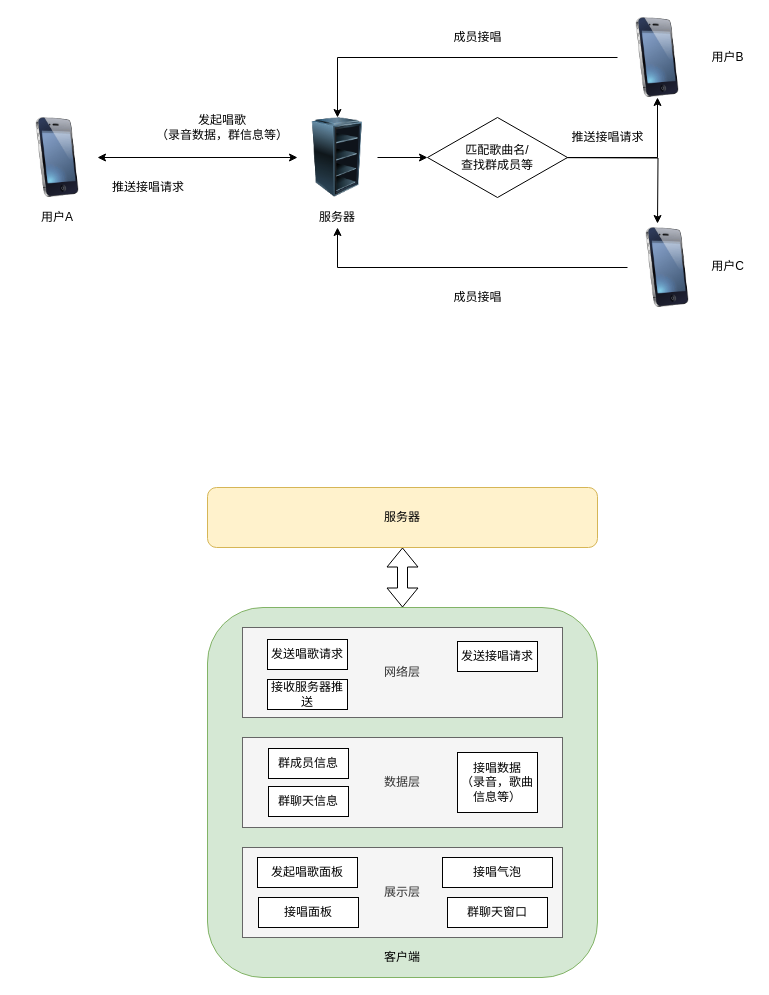
wind1096471134/Brainstorming keeps this draw.io diagram as page "Page-4" (4 of 4) of Untitled Diagram.drawio. Above is the earlier version. Source tidied: cells renumbered, new cells numbered last; positions are measured from the earlier drawing's top-left corner, leaving out a move shared by most shapes. Both pictures are drawn from the tidied source at 100%, with x=0, y=0 at pixel (17, 17).
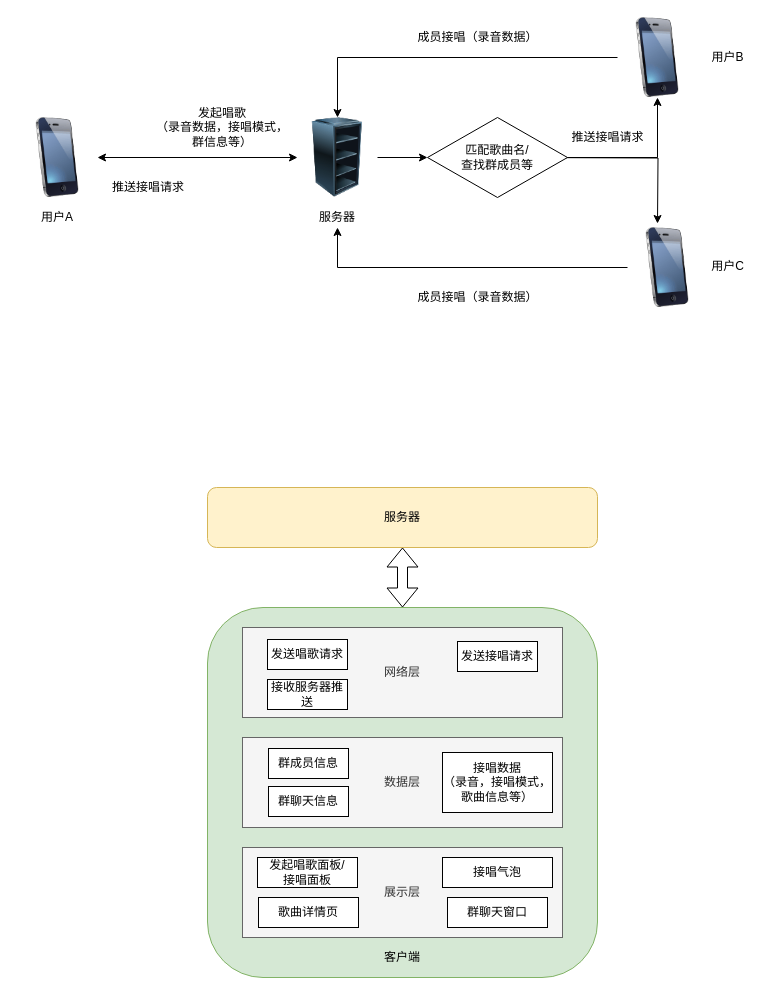
The same diagram, later.

Diff of the diagram source:
```diff
@@
-    <mxCell id="8" value="发起唱歌&lt;br&gt;（录音数据，群信息等）" style="text;html=1;strokeColor=none;fillColor=none;align=center;verticalAlign=middle;whiteSpace=wrap;rounded=0;" parent="1" vertex="1">
+    <mxCell id="8" value="发起唱歌&lt;br&gt;（录音数据，接唱模式，&lt;br&gt;群信息等）" style="text;html=1;strokeColor=none;fillColor=none;align=center;verticalAlign=middle;whiteSpace=wrap;rounded=0;" parent="1" vertex="1">
       <mxGeometry x="130" y="100" width="150" height="20" as="geometry" />
     </mxCell>
@@
-    <mxCell id="20" value="成员接唱" style="text;html=1;align=center;verticalAlign=middle;" parent="1" vertex="1">
-      <mxGeometry x="430" y="10" width="60" height="20" as="geometry" />
+    <mxCell id="20" value="成员接唱（录音数据）" style="text;html=1;align=center;verticalAlign=middle;" parent="1" vertex="1">
+      <mxGeometry x="390" y="10" width="140" height="20" as="geometry" />
     </mxCell>
-    <mxCell id="21" value="成员接唱" style="text;html=1;align=center;verticalAlign=middle;" parent="1" vertex="1">
-      <mxGeometry x="430" y="270" width="60" height="20" as="geometry" />
+    <mxCell id="21" value="成员接唱（录音数据）" style="text;html=1;align=center;verticalAlign=middle;" parent="1" vertex="1">
+      <mxGeometry x="390" y="270" width="140" height="20" as="geometry" />
     </mxCell>
@@
-    <mxCell id="32" value="发起唱歌面板" style="rounded=0;whiteSpace=wrap;html=1;" parent="1" vertex="1">
+    <mxCell id="32" value="发起唱歌面板/&lt;br&gt;接唱面板" style="rounded=0;whiteSpace=wrap;html=1;" parent="1" vertex="1">
       <mxGeometry x="240" y="840" width="100" height="30" as="geometry" />
     </mxCell>
@@
-    <mxCell id="34" value="接唱数据&lt;br&gt;（录音，歌曲信息等）" style="rounded=0;whiteSpace=wrap;html=1;" parent="1" vertex="1">
-      <mxGeometry x="440" y="735" width="80" height="60" as="geometry" />
+    <mxCell id="34" value="接唱数据&lt;br&gt;（录音，接唱模式，歌曲信息等）" style="rounded=0;whiteSpace=wrap;html=1;" parent="1" vertex="1">
+      <mxGeometry x="425" y="735" width="110" height="60" as="geometry" />
     </mxCell>
@@
-    <mxCell id="36" value="接唱面板" style="rounded=0;whiteSpace=wrap;html=1;" parent="1" vertex="1">
+    <mxCell id="36" value="歌曲详情页" style="rounded=0;whiteSpace=wrap;html=1;" parent="1" vertex="1">
       <mxGeometry x="241" y="880" width="100" height="30" as="geometry" />
     </mxCell>
```
